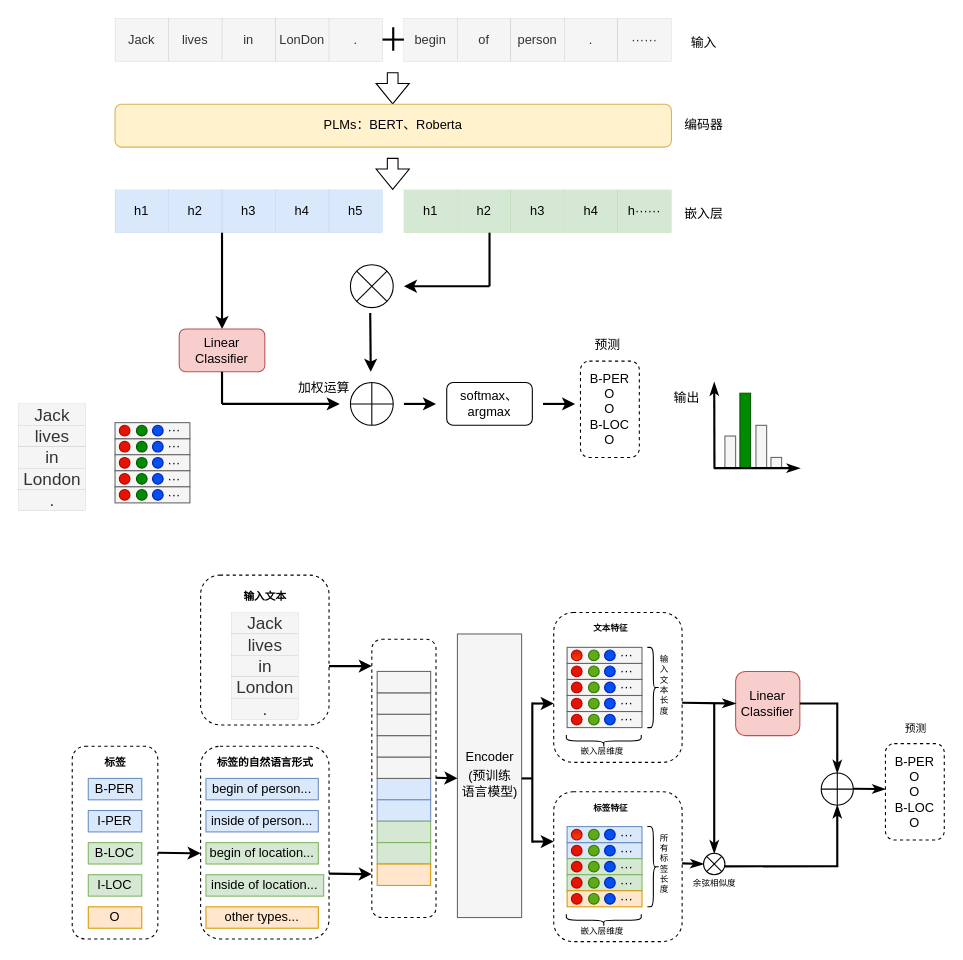
Above: drawio/基于提示和自训练.drawio in Ryan-xsh/first (draw.io), before the change. Source tidied: cells renumbered, new cells numbered last; positions are measured from the earlier drawing's top-left corner, leaving out a move shared by most shapes. Both pictures are drawn from the tidied source at 107%, with x=0, y=0 at pixel (18, 18).
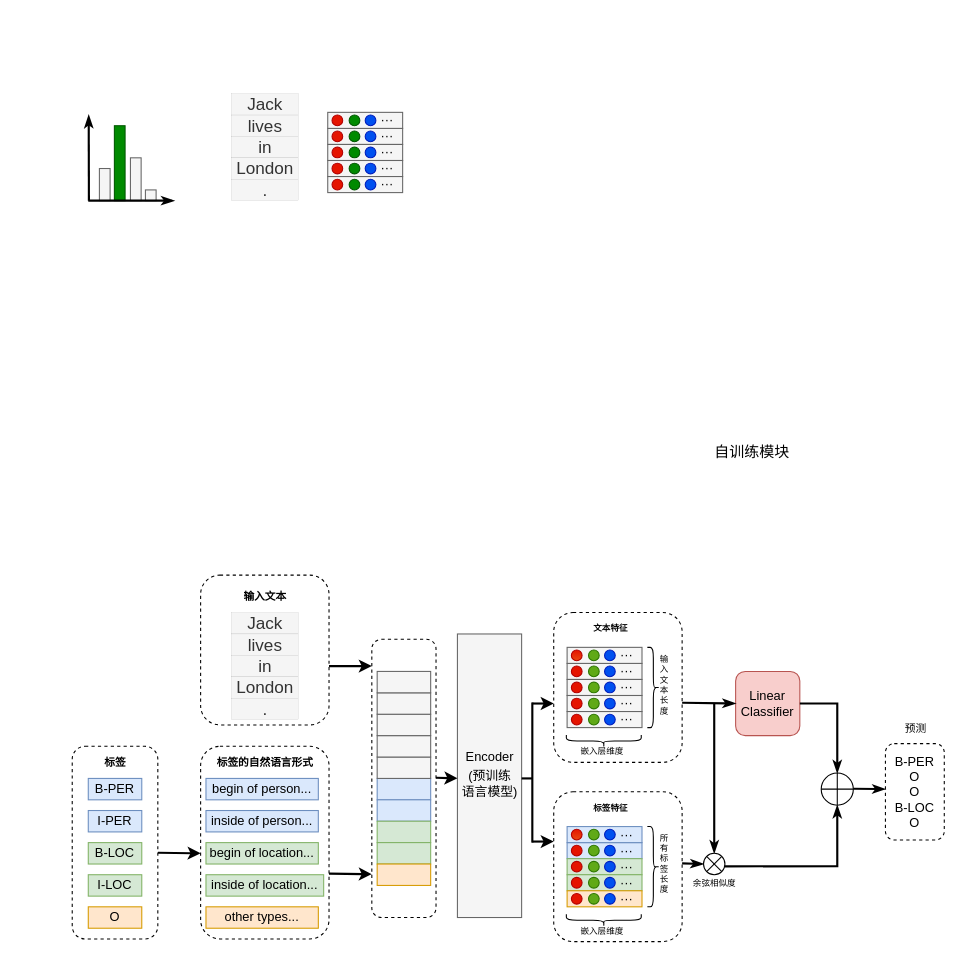
After the change.

Commit message:
更新基于提示和自训练.drawio

Diff of the diagram source:
```diff
@@
     <mxCell id="2" style="rounded=0;whiteSpace=wrap;html=1;fillColor=#f5f5f5;fontColor=#333333;strokeColor=#666666;" parent="1" vertex="1">
-      <mxGeometry x="660" y="390" width="10" height="30" as="geometry" />
+      <mxGeometry x="75.4" y="140" width="10" height="30" as="geometry" />
     </mxCell>
     <mxCell id="3" style="rounded=0;whiteSpace=wrap;html=1;fillColor=#008a00;fontColor=#ffffff;strokeColor=#005700;" parent="1" vertex="1">
-      <mxGeometry x="674" y="350" width="10" height="70" as="geometry" />
+      <mxGeometry x="89.4" y="100" width="10" height="70" as="geometry" />
     </mxCell>
     <mxCell id="4" style="rounded=0;whiteSpace=wrap;html=1;fillColor=#f5f5f5;fontColor=#333333;strokeColor=#666666;" parent="1" vertex="1">
-      <mxGeometry x="689" y="380" width="10" height="40" as="geometry" />
+      <mxGeometry x="104.4" y="130" width="10" height="40" as="geometry" />
     </mxCell>
     <mxCell id="5" style="rounded=0;whiteSpace=wrap;html=1;fillColor=#f5f5f5;fontColor=#333333;strokeColor=#666666;" parent="1" vertex="1">
-      <mxGeometry x="703" y="410" width="10" height="10" as="geometry" />
+      <mxGeometry x="118.4" y="160" width="10" height="10" as="geometry" />
     </mxCell>
@@
-    <mxCell id="7" value="Jack" style="rounded=0;whiteSpace=wrap;html=1;fillColor=#f5f5f5;strokeColor=#666666;labelBorderColor=none;strokeWidth=0;fontColor=#333333;" parent="1" vertex="1">
-      <mxGeometry x="90" width="50" height="40" as="geometry" />
-    </mxCell>
-    <mxCell id="8" value="lives" style="rounded=0;whiteSpace=wrap;html=1;fillColor=#f5f5f5;strokeColor=#666666;labelBorderColor=none;strokeWidth=0;fontColor=#333333;" parent="1" vertex="1">
-      <mxGeometry x="140" width="50" height="40" as="geometry" />
-    </mxCell>
-    <mxCell id="9" value="in" style="rounded=0;whiteSpace=wrap;html=1;fillColor=#f5f5f5;strokeColor=#666666;labelBorderColor=none;strokeWidth=0;fontColor=#333333;" parent="1" vertex="1">
-      <mxGeometry x="190" width="50" height="40" as="geometry" />
-    </mxCell>
-    <mxCell id="10" value="LonDon" style="rounded=0;whiteSpace=wrap;html=1;fillColor=#f5f5f5;strokeColor=#666666;labelBorderColor=none;strokeWidth=0;fontColor=#333333;" parent="1" vertex="1">
-      <mxGeometry x="240" width="50" height="40" as="geometry" />
-    </mxCell>
-    <mxCell id="11" value="." style="rounded=0;whiteSpace=wrap;html=1;fillColor=#f5f5f5;strokeColor=#666666;labelBorderColor=none;strokeWidth=0;fontColor=#333333;" parent="1" vertex="1">
-      <mxGeometry x="290" width="50" height="40" as="geometry" />
-    </mxCell>
-    <mxCell id="12" value="begin" style="rounded=0;whiteSpace=wrap;html=1;fillColor=#f5f5f5;strokeColor=#666666;labelBorderColor=none;strokeWidth=0;fontColor=#333333;" parent="1" vertex="1">
-      <mxGeometry x="360" width="50" height="40" as="geometry" />
-    </mxCell>
-    <mxCell id="13" value="of" style="rounded=0;whiteSpace=wrap;html=1;fillColor=#f5f5f5;strokeColor=#666666;labelBorderColor=none;strokeWidth=0;fontColor=#333333;" parent="1" vertex="1">
-      <mxGeometry x="410" width="50" height="40" as="geometry" />
-    </mxCell>
-    <mxCell id="14" value="person" style="rounded=0;whiteSpace=wrap;html=1;fillColor=#f5f5f5;strokeColor=#666666;labelBorderColor=none;strokeWidth=0;fontColor=#333333;" parent="1" vertex="1">
-      <mxGeometry x="460" width="50" height="40" as="geometry" />
-    </mxCell>
-    <mxCell id="15" value="." style="rounded=0;whiteSpace=wrap;html=1;fillColor=#f5f5f5;strokeColor=#666666;labelBorderColor=none;strokeWidth=0;fontColor=#333333;" parent="1" vertex="1">
-      <mxGeometry x="510" width="50" height="40" as="geometry" />
-    </mxCell>
-    <mxCell id="16" value="······" style="rounded=0;whiteSpace=wrap;html=1;fillColor=#f5f5f5;strokeColor=#666666;labelBorderColor=none;strokeWidth=0;fontColor=#333333;" parent="1" vertex="1">
-      <mxGeometry x="560" width="50" height="40" as="geometry" />
-    </mxCell>
-    <mxCell id="17" style="shape=flexArrow;endArrow=classic;html=1;rounded=0;" parent="1" edge="1">
-      <mxGeometry relative="1" as="geometry">
-        <mxPoint x="349.5" y="50" as="sourcePoint" />
-        <mxPoint x="349.5" y="80" as="targetPoint" />
-      </mxGeometry>
-    </mxCell>
-    <mxCell id="18" value="PLMs：BERT、Roberta" style="rounded=1;whiteSpace=wrap;html=1;fillColor=#fff2cc;strokeColor=#d6b656;glass=0;" parent="1" vertex="1">
-      <mxGeometry x="90" y="80" width="520" height="40" as="geometry" />
-    </mxCell>
-    <mxCell id="19" style="shape=flexArrow;endArrow=classic;html=1;rounded=0;" parent="1" edge="1">
-      <mxGeometry relative="1" as="geometry">
-        <mxPoint x="349.5" y="130" as="sourcePoint" />
-        <mxPoint x="349.5" y="160" as="targetPoint" />
-      </mxGeometry>
-    </mxCell>
-    <mxCell id="20" value="h1" style="rounded=0;whiteSpace=wrap;html=1;fillColor=#dae8fc;strokeColor=#6c8ebf;labelBorderColor=none;strokeWidth=0;" parent="1" vertex="1">
-      <mxGeometry x="90" y="160" width="50" height="40" as="geometry" />
-    </mxCell>
-    <mxCell id="21" value="h2" style="rounded=0;whiteSpace=wrap;html=1;fillColor=#dae8fc;strokeColor=#6c8ebf;labelBorderColor=none;strokeWidth=0;" parent="1" vertex="1">
-      <mxGeometry x="140" y="160" width="50" height="40" as="geometry" />
-    </mxCell>
-    <mxCell id="22" value="h3" style="rounded=0;whiteSpace=wrap;html=1;fillColor=#dae8fc;strokeColor=#6c8ebf;labelBorderColor=none;strokeWidth=0;" parent="1" vertex="1">
-      <mxGeometry x="190" y="160" width="50" height="40" as="geometry" />
-    </mxCell>
-    <mxCell id="23" value="h4" style="rounded=0;whiteSpace=wrap;html=1;fillColor=#dae8fc;strokeColor=#6c8ebf;labelBorderColor=none;strokeWidth=0;" parent="1" vertex="1">
-      <mxGeometry x="240" y="160" width="50" height="40" as="geometry" />
-    </mxCell>
-    <mxCell id="24" value="h5" style="rounded=0;whiteSpace=wrap;html=1;fillColor=#dae8fc;strokeColor=#6c8ebf;labelBorderColor=none;strokeWidth=0;" parent="1" vertex="1">
-      <mxGeometry x="290" y="160" width="50" height="40" as="geometry" />
-    </mxCell>
-    <mxCell id="25" value="h1" style="rounded=0;whiteSpace=wrap;html=1;fillColor=#d5e8d4;strokeColor=#82b366;labelBorderColor=none;strokeWidth=0;" parent="1" vertex="1">
-      <mxGeometry x="360" y="160" width="50" height="40" as="geometry" />
-    </mxCell>
-    <mxCell id="26" value="h2" style="rounded=0;whiteSpace=wrap;html=1;fillColor=#d5e8d4;strokeColor=#82b366;labelBorderColor=none;strokeWidth=0;" parent="1" vertex="1">
-      <mxGeometry x="410" y="160" width="50" height="40" as="geometry" />
-    </mxCell>
-    <mxCell id="27" value="h3" style="rounded=0;whiteSpace=wrap;html=1;fillColor=#d5e8d4;strokeColor=#82b366;labelBorderColor=none;strokeWidth=0;" parent="1" vertex="1">
-      <mxGeometry x="460" y="160" width="50" height="40" as="geometry" />
-    </mxCell>
-    <mxCell id="28" value="h4" style="rounded=0;whiteSpace=wrap;html=1;fillColor=#d5e8d4;strokeColor=#82b366;labelBorderColor=none;strokeWidth=0;" parent="1" vertex="1">
-      <mxGeometry x="510" y="160" width="50" height="40" as="geometry" />
-    </mxCell>
-    <mxCell id="29" value="h······" style="rounded=0;whiteSpace=wrap;html=1;fillColor=#d5e8d4;strokeColor=#82b366;labelBorderColor=none;strokeWidth=0;" parent="1" vertex="1">
-      <mxGeometry x="560" y="160" width="50" height="40" as="geometry" />
-    </mxCell>
-    <mxCell id="30" style="endArrow=classic;html=1;rounded=0;strokeWidth=2;" parent="1" edge="1">
-      <mxGeometry relative="1" as="geometry">
-        <mxPoint x="190" y="200" as="sourcePoint" />
-        <mxPoint x="190" y="290" as="targetPoint" />
-      </mxGeometry>
-    </mxCell>
-    <mxCell id="31" value="Linear Classifier" style="rounded=1;whiteSpace=wrap;html=1;fillColor=#f8cecc;strokeColor=#b85450;" parent="1" vertex="1">
-      <mxGeometry x="150" y="290" width="80" height="40" as="geometry" />
-    </mxCell>
@@
-    <mxCell id="33" style="endArrow=none;html=1;rounded=0;entryX=0.5;entryY=1;entryDx=0;entryDy=0;jumpSize=6;strokeWidth=2;" parent="1" edge="1">
-      <mxGeometry relative="1" as="geometry">
-        <mxPoint x="440" y="250" as="sourcePoint" />
-        <mxPoint x="440" y="200" as="targetPoint" />
-      </mxGeometry>
-    </mxCell>
-    <mxCell id="34" style="endArrow=classic;html=1;rounded=0;strokeWidth=2;" parent="1" edge="1">
-      <mxGeometry relative="1" as="geometry">
-        <mxPoint x="440" y="250" as="sourcePoint" />
-        <mxPoint x="360" y="250" as="targetPoint" />
-      </mxGeometry>
-    </mxCell>
-    <mxCell id="35" style="shape=sumEllipse;perimeter=ellipsePerimeter;whiteSpace=wrap;html=1;backgroundOutline=1;" parent="1" vertex="1">
-      <mxGeometry x="310" y="230" width="40" height="40" as="geometry" />
-    </mxCell>
@@
-    <mxCell id="37" style="endArrow=classic;html=1;rounded=0;strokeWidth=2;" parent="1" edge="1">
-      <mxGeometry relative="1" as="geometry">
-        <mxPoint x="328.5" y="275" as="sourcePoint" />
-        <mxPoint x="329" y="330" as="targetPoint" />
-      </mxGeometry>
-    </mxCell>
-    <mxCell id="38" value="输入" style="text;html=1;align=center;verticalAlign=middle;strokeColor=none;fillColor=none;" parent="1" vertex="1">
-      <mxGeometry x="615" y="8" width="50" height="30" as="geometry" />
-    </mxCell>
-    <mxCell id="39" value="编码器" style="text;html=1;align=center;verticalAlign=middle;strokeColor=none;fillColor=none;" parent="1" vertex="1">
-      <mxGeometry x="610" y="85" width="60" height="30" as="geometry" />
-    </mxCell>
-    <mxCell id="40" style="shape=orEllipse;perimeter=ellipsePerimeter;whiteSpace=wrap;html=1;backgroundOutline=1;" parent="1" vertex="1">
-      <mxGeometry x="310" y="340" width="40" height="40" as="geometry" />
-    </mxCell>
-    <mxCell id="41" style="endArrow=none;html=1;rounded=0;entryX=0.5;entryY=1;entryDx=0;entryDy=0;strokeWidth=2;" parent="1" edge="1" target="31">
-      <mxGeometry relative="1" as="geometry">
-        <mxPoint x="190" y="360" as="sourcePoint" />
-      </mxGeometry>
-    </mxCell>
-    <mxCell id="42" style="endArrow=classic;html=1;rounded=0;strokeWidth=2;" parent="1" edge="1">
-      <mxGeometry relative="1" as="geometry">
-        <mxPoint x="190" y="360" as="sourcePoint" />
-        <mxPoint x="300" y="360" as="targetPoint" />
-      </mxGeometry>
-    </mxCell>
-    <mxCell id="43" value="加权运算" style="text;html=1;align=center;verticalAlign=middle;strokeColor=none;fillColor=none;" parent="1" vertex="1">
-      <mxGeometry x="250" y="330" width="70" height="30" as="geometry" />
-    </mxCell>
-    <mxCell id="44" style="endArrow=classic;html=1;rounded=0;strokeWidth=2;" parent="1" edge="1">
-      <mxGeometry relative="1" as="geometry">
-        <mxPoint x="360" y="360" as="sourcePoint" />
-        <mxPoint x="390" y="360" as="targetPoint" />
-      </mxGeometry>
-    </mxCell>
-    <mxCell id="45" value="嵌入层" style="text;html=1;align=center;verticalAlign=middle;strokeColor=none;fillColor=none;" parent="1" vertex="1">
-      <mxGeometry x="610" y="168" width="60" height="30" as="geometry" />
-    </mxCell>
-    <mxCell id="46" value="softmax、&lt;br&gt;argmax" style="rounded=1;whiteSpace=wrap;html=1;" parent="1" vertex="1">
-      <mxGeometry x="400" y="340" width="80" height="40" as="geometry" />
-    </mxCell>
-    <mxCell id="47" style="endArrow=classic;html=1;rounded=0;strokeWidth=2;" parent="1" edge="1">
-      <mxGeometry relative="1" as="geometry">
-        <mxPoint x="490" y="360" as="sourcePoint" />
-        <mxPoint x="520" y="360" as="targetPoint" />
-      </mxGeometry>
-    </mxCell>
-    <mxCell id="48" value="B-PER&lt;br&gt;O&lt;br&gt;O&lt;br&gt;B-LOC&lt;br&gt;O" style="rounded=1;whiteSpace=wrap;html=1;dashed=1;" parent="1" vertex="1">
-      <mxGeometry x="525" y="320" width="55" height="90" as="geometry" />
-    </mxCell>
-    <mxCell id="49" value="输出" style="text;html=1;align=center;verticalAlign=middle;strokeColor=none;fillColor=none;" parent="1" vertex="1">
-      <mxGeometry x="598.8" y="340" width="50" height="30" as="geometry" />
-    </mxCell>
-    <mxCell id="50" value="预测" style="text;html=1;align=center;verticalAlign=middle;strokeColor=none;fillColor=none;" parent="1" vertex="1">
-      <mxGeometry x="525" y="290" width="50" height="30" as="geometry" />
-    </mxCell>
-    <mxCell id="51" style="endArrow=none;html=1;rounded=0;strokeWidth=2;" parent="1" edge="1">
-      <mxGeometry relative="1" as="geometry">
-        <mxPoint x="340" y="19.5" as="sourcePoint" />
-        <mxPoint x="360" y="19.5" as="targetPoint" />
-      </mxGeometry>
-    </mxCell>
-    <mxCell id="52" style="endArrow=none;html=1;rounded=0;strokeWidth=2;" parent="1" edge="1">
-      <mxGeometry relative="1" as="geometry">
-        <mxPoint x="350" y="8" as="sourcePoint" />
-        <mxPoint x="350" y="28" as="targetPoint" />
-        <Array as="points">
-          <mxPoint x="350" y="30" />
-        </Array>
-      </mxGeometry>
-    </mxCell>
@@
     <mxCell id="84" value="Jack" style="rounded=0;whiteSpace=wrap;html=1;fontSize=16;strokeWidth=0;dashed=1;fillColor=#f5f5f5;fontColor=#333333;strokeColor=#666666;" parent="1" vertex="1">
-      <mxGeometry y="360" width="62.5" height="20" as="geometry" />
+      <mxGeometry x="198.8" y="70" width="62.5" height="20" as="geometry" />
     </mxCell>
     <mxCell id="85" value="lives" style="rounded=0;whiteSpace=wrap;html=1;fontSize=16;strokeWidth=0;fillColor=#f5f5f5;fontColor=#333333;strokeColor=#666666;" parent="1" vertex="1">
-      <mxGeometry y="380" width="62.5" height="20" as="geometry" />
+      <mxGeometry x="198.8" y="90" width="62.5" height="20" as="geometry" />
     </mxCell>
     <mxCell id="86" value="in" style="rounded=0;whiteSpace=wrap;html=1;fontSize=16;strokeWidth=0;fillColor=#f5f5f5;fontColor=#333333;strokeColor=#666666;" parent="1" vertex="1">
-      <mxGeometry y="400" width="62.5" height="20" as="geometry" />
+      <mxGeometry x="198.8" y="110" width="62.5" height="20" as="geometry" />
     </mxCell>
     <mxCell id="87" value="London" style="rounded=0;whiteSpace=wrap;html=1;fontSize=16;strokeWidth=0;fillColor=#f5f5f5;strokeColor=#666666;fontColor=#333333;" parent="1" vertex="1">
-      <mxGeometry y="420" width="62.5" height="20" as="geometry" />
+      <mxGeometry x="198.8" y="130" width="62.5" height="20" as="geometry" />
     </mxCell>
     <mxCell id="88" value="." style="rounded=0;whiteSpace=wrap;html=1;fontSize=16;strokeWidth=0;fillColor=#f5f5f5;fontColor=#333333;strokeColor=#666666;" parent="1" vertex="1">
-      <mxGeometry y="440" width="62.5" height="20" as="geometry" />
+      <mxGeometry x="198.8" y="150" width="62.5" height="20" as="geometry" />
     </mxCell>
@@
     <mxCell id="97" style="rounded=0;whiteSpace=wrap;html=1;fillColor=#f5f5f5;strokeColor=#666666;fontColor=#333333;" parent="1" vertex="1">
-      <mxGeometry x="90" y="392.5" width="70" height="15" as="geometry" />
+      <mxGeometry x="288.8" y="102.5" width="70" height="15" as="geometry" />
     </mxCell>
     <mxCell id="98" style="ellipse;whiteSpace=wrap;html=1;fillColor=#008a00;fontColor=#ffffff;strokeColor=#005700;" parent="1" vertex="1">
-      <mxGeometry x="110" y="395" width="10" height="10" as="geometry" />
+      <mxGeometry x="308.8" y="105" width="10" height="10" as="geometry" />
     </mxCell>
     <mxCell id="99" style="ellipse;whiteSpace=wrap;html=1;fillColor=#e51400;fontColor=#ffffff;strokeColor=#B20000;" parent="1" vertex="1">
-      <mxGeometry x="94" y="395" width="10" height="10" as="geometry" />
+      <mxGeometry x="292.8" y="105" width="10" height="10" as="geometry" />
     </mxCell>
     <mxCell id="100" value="···" style="text;html=1;align=center;verticalAlign=middle;strokeColor=none;fillColor=none;" parent="1" vertex="1">
-      <mxGeometry x="125" y="385" width="40" height="30" as="geometry" />
+      <mxGeometry x="323.8" y="95" width="40" height="30" as="geometry" />
     </mxCell>
     <mxCell id="101" style="ellipse;whiteSpace=wrap;html=1;fillColor=#0050ef;fontColor=#ffffff;strokeColor=#001DBC;" parent="1" vertex="1">
-      <mxGeometry x="125" y="395" width="10" height="10" as="geometry" />
+      <mxGeometry x="323.8" y="105" width="10" height="10" as="geometry" />
     </mxCell>
     <mxCell id="102" style="rounded=0;whiteSpace=wrap;html=1;fillColor=#f5f5f5;strokeColor=#666666;fontColor=#333333;" parent="1" vertex="1">
-      <mxGeometry x="90" y="407.5" width="70" height="15" as="geometry" />
+      <mxGeometry x="288.8" y="117.5" width="70" height="15" as="geometry" />
     </mxCell>
     <mxCell id="103" style="ellipse;whiteSpace=wrap;html=1;fillColor=#008a00;fontColor=#ffffff;strokeColor=#005700;" parent="1" vertex="1">
-      <mxGeometry x="110" y="410" width="10" height="10" as="geometry" />
+      <mxGeometry x="308.8" y="120" width="10" height="10" as="geometry" />
     </mxCell>
     <mxCell id="104" style="ellipse;whiteSpace=wrap;html=1;fillColor=#e51400;fontColor=#ffffff;strokeColor=#B20000;" parent="1" vertex="1">
-      <mxGeometry x="94" y="410" width="10" height="10" as="geometry" />
+      <mxGeometry x="292.8" y="120" width="10" height="10" as="geometry" />
     </mxCell>
     <mxCell id="105" style="ellipse;whiteSpace=wrap;html=1;fillColor=#0050ef;fontColor=#ffffff;strokeColor=#001DBC;" parent="1" vertex="1">
-      <mxGeometry x="125" y="410" width="10" height="10" as="geometry" />
+      <mxGeometry x="323.8" y="120" width="10" height="10" as="geometry" />
     </mxCell>
     <mxCell id="106" style="rounded=0;whiteSpace=wrap;html=1;fillColor=#f5f5f5;strokeColor=#666666;fontColor=#333333;" parent="1" vertex="1">
-      <mxGeometry x="90" y="422.5" width="70" height="15" as="geometry" />
+      <mxGeometry x="288.8" y="132.5" width="70" height="15" as="geometry" />
     </mxCell>
     <mxCell id="107" style="ellipse;whiteSpace=wrap;html=1;fillColor=#008a00;fontColor=#ffffff;strokeColor=#005700;" parent="1" vertex="1">
-      <mxGeometry x="110" y="425" width="10" height="10" as="geometry" />
+      <mxGeometry x="308.8" y="135" width="10" height="10" as="geometry" />
     </mxCell>
     <mxCell id="108" style="ellipse;whiteSpace=wrap;html=1;fillColor=#e51400;fontColor=#ffffff;strokeColor=#B20000;" parent="1" vertex="1">
-      <mxGeometry x="94" y="425" width="10" height="10" as="geometry" />
+      <mxGeometry x="292.8" y="135" width="10" height="10" as="geometry" />
     </mxCell>
     <mxCell id="109" style="ellipse;whiteSpace=wrap;html=1;fillColor=#0050ef;fontColor=#ffffff;strokeColor=#001DBC;" parent="1" vertex="1">
-      <mxGeometry x="125" y="425" width="10" height="10" as="geometry" />
+      <mxGeometry x="323.8" y="135" width="10" height="10" as="geometry" />
     </mxCell>
     <mxCell id="110" style="rounded=0;whiteSpace=wrap;html=1;fillColor=#f5f5f5;strokeColor=#666666;fontColor=#333333;" parent="1" vertex="1">
-      <mxGeometry x="90" y="437.5" width="70" height="15" as="geometry" />
+      <mxGeometry x="288.8" y="147.5" width="70" height="15" as="geometry" />
     </mxCell>
     <mxCell id="111" style="ellipse;whiteSpace=wrap;html=1;fillColor=#008a00;fontColor=#ffffff;strokeColor=#005700;" parent="1" vertex="1">
-      <mxGeometry x="110" y="440" width="10" height="10" as="geometry" />
+      <mxGeometry x="308.8" y="150" width="10" height="10" as="geometry" />
     </mxCell>
     <mxCell id="112" style="ellipse;whiteSpace=wrap;html=1;fillColor=#e51400;fontColor=#ffffff;strokeColor=#B20000;" parent="1" vertex="1">
-      <mxGeometry x="94" y="440" width="10" height="10" as="geometry" />
+      <mxGeometry x="292.8" y="150" width="10" height="10" as="geometry" />
     </mxCell>
     <mxCell id="113" style="ellipse;whiteSpace=wrap;html=1;fillColor=#0050ef;fontColor=#ffffff;strokeColor=#001DBC;" parent="1" vertex="1">
-      <mxGeometry x="125" y="440" width="10" height="10" as="geometry" />
+      <mxGeometry x="323.8" y="150" width="10" height="10" as="geometry" />
     </mxCell>
     <mxCell id="114" style="rounded=0;whiteSpace=wrap;html=1;fillColor=#f5f5f5;strokeColor=#666666;fontColor=#333333;" parent="1" vertex="1">
-      <mxGeometry x="90" y="377.5" width="70" height="15" as="geometry" />
+      <mxGeometry x="288.8" y="87.5" width="70" height="15" as="geometry" />
     </mxCell>
     <mxCell id="115" style="ellipse;whiteSpace=wrap;html=1;fillColor=#008a00;fontColor=#ffffff;strokeColor=#005700;" parent="1" vertex="1">
-      <mxGeometry x="110" y="380" width="10" height="10" as="geometry" />
+      <mxGeometry x="308.8" y="90" width="10" height="10" as="geometry" />
     </mxCell>
     <mxCell id="116" style="ellipse;whiteSpace=wrap;html=1;fillColor=#e51400;fontColor=#ffffff;strokeColor=#B20000;" parent="1" vertex="1">
-      <mxGeometry x="94" y="380" width="10" height="10" as="geometry" />
+      <mxGeometry x="292.8" y="90" width="10" height="10" as="geometry" />
     </mxCell>
     <mxCell id="117" value="···" style="text;html=1;align=center;verticalAlign=middle;strokeColor=none;fillColor=none;" parent="1" vertex="1">
-      <mxGeometry x="125" y="370" width="40" height="30" as="geometry" />
+      <mxGeometry x="323.8" y="80" width="40" height="30" as="geometry" />
     </mxCell>
     <mxCell id="118" style="ellipse;whiteSpace=wrap;html=1;fillColor=#0050ef;fontColor=#ffffff;strokeColor=#001DBC;" parent="1" vertex="1">
-      <mxGeometry x="125" y="380" width="10" height="10" as="geometry" />
+      <mxGeometry x="323.8" y="90" width="10" height="10" as="geometry" />
     </mxCell>
     <mxCell id="119" value="···" style="text;html=1;align=center;verticalAlign=middle;strokeColor=none;fillColor=none;" parent="1" vertex="1">
-      <mxGeometry x="125" y="400" width="40" height="30" as="geometry" />
+      <mxGeometry x="323.8" y="110" width="40" height="30" as="geometry" />
     </mxCell>
     <mxCell id="120" value="···" style="text;html=1;align=center;verticalAlign=middle;strokeColor=none;fillColor=none;" parent="1" vertex="1">
-      <mxGeometry x="125" y="415" width="40" height="30" as="geometry" />
+      <mxGeometry x="323.8" y="125" width="40" height="30" as="geometry" />
     </mxCell>
     <mxCell id="121" value="···" style="text;html=1;align=center;verticalAlign=middle;strokeColor=none;fillColor=none;" parent="1" vertex="1">
-      <mxGeometry x="125" y="430" width="40" height="30" as="geometry" />
+      <mxGeometry x="323.8" y="140" width="40" height="30" as="geometry" />
     </mxCell>
@@
     <mxCell id="196" style="endArrow=classicThin;html=1;rounded=0;strokeWidth=2;targetPerimeterSpacing=0;endFill=1;" parent="1" edge="1">
       <mxGeometry relative="1" as="geometry">
-        <mxPoint x="649.6" y="420" as="sourcePoint" />
-        <mxPoint x="730" y="420" as="targetPoint" />
+        <mxPoint x="65" y="170" as="sourcePoint" />
+        <mxPoint x="145.4" y="170" as="targetPoint" />
       </mxGeometry>
     </mxCell>
     <mxCell id="197" style="endArrow=classicThin;html=1;rounded=0;strokeWidth=2;targetPerimeterSpacing=0;endFill=1;" parent="1" edge="1">
       <mxGeometry relative="1" as="geometry">
-        <mxPoint x="650.2" y="420" as="sourcePoint" />
-        <mxPoint x="650" y="340" as="targetPoint" />
+        <mxPoint x="65.6" y="170" as="sourcePoint" />
+        <mxPoint x="65.4" y="90" as="targetPoint" />
       </mxGeometry>
     </mxCell>
@@
+    <mxCell id="200" value="自训练模块" style="text;html=1;align=center;verticalAlign=middle;strokeColor=none;fillColor=none;fontSize=14;" parent="1" vertex="1">
+      <mxGeometry x="640" y="390" width="90" height="30" as="geometry" />
+    </mxCell>
```
